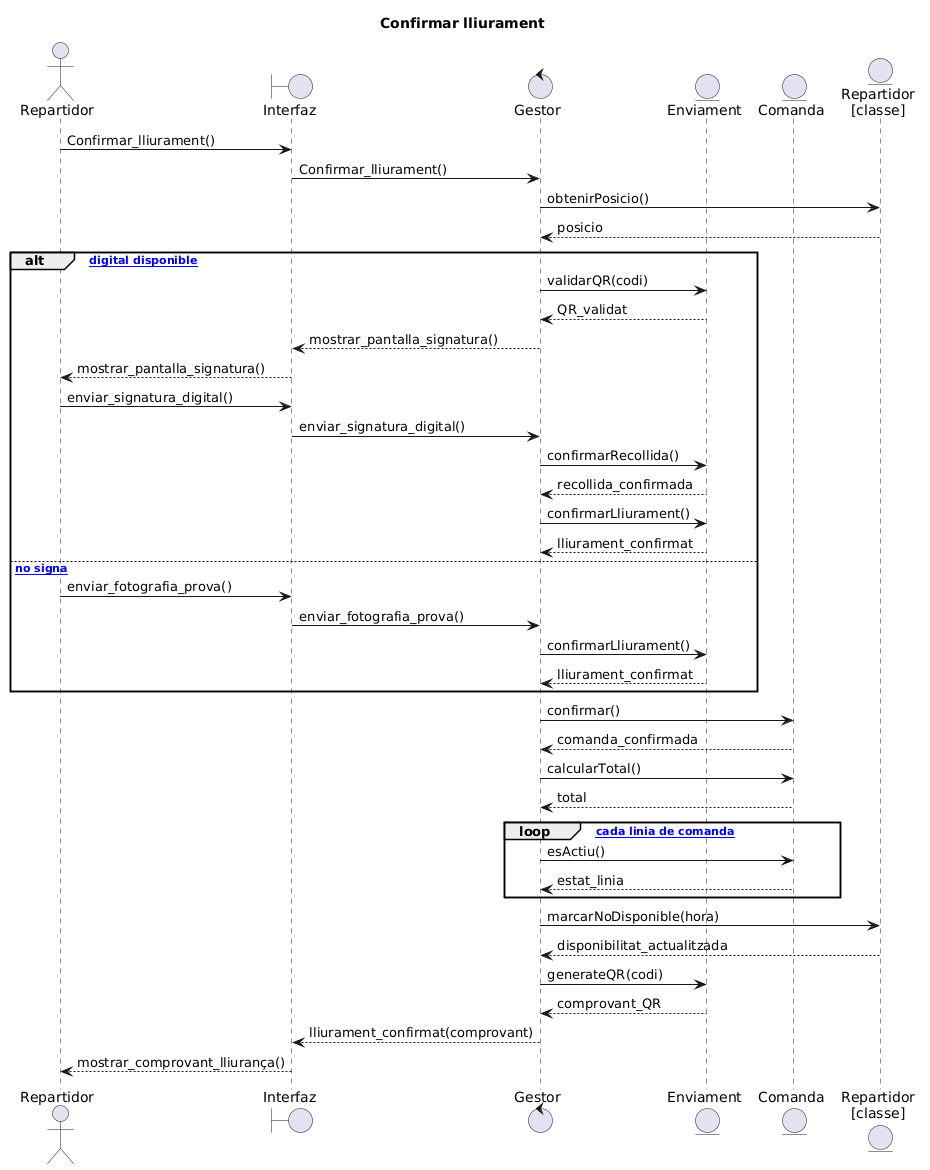
tyGdev/ES26UAB-451-02 keeps this PlantUML diagram as documents/DiagramasDeSquencia/Confirmar lliurament.png. Above is the earlier version. The source it was exported from:
```plantuml
@startuml
title Confirmar lliurament

actor "Repartidor" as REP
boundary "Interfaz" as UI
control "Gestor" as GES
entity "Enviament" as ENV
entity "Comanda" as COM
entity "Repartidor\n[classe]" as CREP

REP -> UI : Confirmar_lliurament()
UI -> GES : Confirmar_lliurament()

GES -> CREP : obtenirPosicio()
CREP --> GES : posicio

alt [signatura digital disponible]

    GES -> ENV : validarQR(codi)
    ENV --> GES : QR_validat

    GES --> UI : mostrar_pantalla_signatura()
    UI --> REP : mostrar_pantalla_signatura()

    REP -> UI : enviar_signatura_digital()
    UI -> GES : enviar_signatura_digital()

    GES -> ENV : confirmarRecollida()
    ENV --> GES : recollida_confirmada

    GES -> ENV : confirmarLliurament()
    ENV --> GES : lliurament_confirmat

else [client no signa]

    REP -> UI : enviar_fotografia_prova()
    UI -> GES : enviar_fotografia_prova()

    GES -> ENV : confirmarLliurament()
    ENV --> GES : lliurament_confirmat

end

GES -> COM : confirmar()
COM --> GES : comanda_confirmada

GES -> COM : calcularTotal()
COM --> GES : total

loop [per cada linia de comanda]
    GES -> COM : esActiu()
    COM --> GES : estat_linia
end

GES -> CREP : marcarNoDisponible(hora)
CREP --> GES : disponibilitat_actualitzada

GES -> ENV : generateQR(codi)
ENV --> GES : comprovant_QR

GES --> UI : lliurament_confirmat(comprovant)
UI --> REP : mostrar_comprovant_lliurança()
@enduml
```
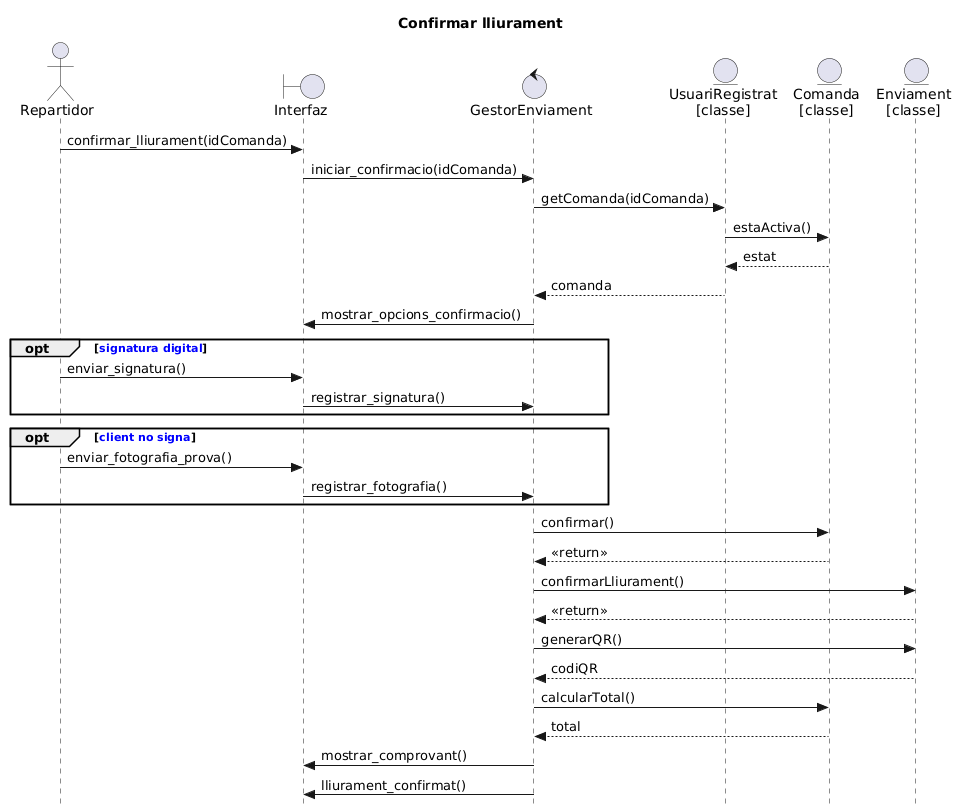
Later version of the same file.

What changed in the source:
```diff
@@ -1,63 +1,47 @@
 @startuml
+skinparam style strictuml
 title Confirmar lliurament
 
-actor "Repartidor" as REP
-boundary "Interfaz" as UI
-control "Gestor" as GES
-entity "Enviament" as ENV
-entity "Comanda" as COM
-entity "Repartidor\n[classe]" as CREP
+actor Repartidor
+boundary Interfaz
+control GestorEnviament
+entity "UsuariRegistrat\n[classe]" as UsuariRegistrat
+entity "Comanda\n[classe]" as Comanda
+entity "Enviament\n[classe]" as Enviament
 
-REP -> UI : Confirmar_lliurament()
-UI -> GES : Confirmar_lliurament()
+Repartidor -> Interfaz : confirmar_lliurament(idComanda)
+Interfaz -> GestorEnviament : iniciar_confirmacio(idComanda)
 
-GES -> CREP : obtenirPosicio()
-CREP --> GES : posicio
+GestorEnviament -> UsuariRegistrat : getComanda(idComanda)
+UsuariRegistrat -> Comanda : estaActiva()
+Comanda --> UsuariRegistrat : estat
+UsuariRegistrat --> GestorEnviament : comanda
 
-alt [signatura digital disponible]
+GestorEnviament -> Interfaz : mostrar_opcions_confirmacio()
 
-    GES -> ENV : validarQR(codi)
-    ENV --> GES : QR_validat
-
-    GES --> UI : mostrar_pantalla_signatura()
-    UI --> REP : mostrar_pantalla_signatura()
-
-    REP -> UI : enviar_signatura_digital()
-    UI -> GES : enviar_signatura_digital()
-
-    GES -> ENV : confirmarRecollida()
-    ENV --> GES : recollida_confirmada
-
-    GES -> ENV : confirmarLliurament()
-    ENV --> GES : lliurament_confirmat
-
-else [client no signa]
-
-    REP -> UI : enviar_fotografia_prova()
-    UI -> GES : enviar_fotografia_prova()
-
-    GES -> ENV : confirmarLliurament()
-    ENV --> GES : lliurament_confirmat
-
+opt <font color=blue><b>signatura digital</b></font>
+    Repartidor -> Interfaz : enviar_signatura()
+    Interfaz -> GestorEnviament : registrar_signatura()
 end
 
-GES -> COM : confirmar()
-COM --> GES : comanda_confirmada
-
-GES -> COM : calcularTotal()
-COM --> GES : total
-
-loop [per cada linia de comanda]
-    GES -> COM : esActiu()
-    COM --> GES : estat_linia
+opt <font color=blue><b>client no signa</b></font>
+    Repartidor -> Interfaz : enviar_fotografia_prova()
+    Interfaz -> GestorEnviament : registrar_fotografia()
 end
 
-GES -> CREP : marcarNoDisponible(hora)
-CREP --> GES : disponibilitat_actualitzada
+GestorEnviament -> Comanda : confirmar()
+Comanda --> GestorEnviament : <<return>>
 
-GES -> ENV : generateQR(codi)
-ENV --> GES : comprovant_QR
+GestorEnviament -> Enviament : confirmarLliurament()
+Enviament --> GestorEnviament : <<return>>
 
-GES --> UI : lliurament_confirmat(comprovant)
-UI --> REP : mostrar_comprovant_lliurança()
+GestorEnviament -> Enviament : generarQR()
+Enviament --> GestorEnviament : codiQR
+
+GestorEnviament -> Comanda : calcularTotal()
+Comanda --> GestorEnviament : total
+
+GestorEnviament -> Interfaz : mostrar_comprovant()
+
+GestorEnviament -> Interfaz : lliurament_confirmat()
 @enduml
```
